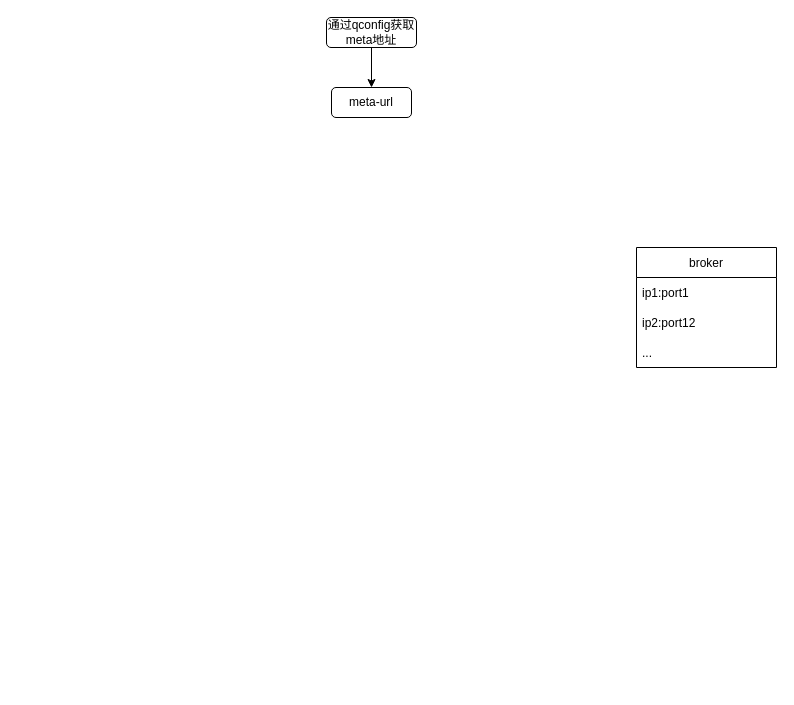
Above: Untitled Diagram.drawio in ariesly15/drawio (draw.io), before the change. Source tidied: cells renumbered, new cells numbered last; positions are measured from the earlier drawing's top-left corner, leaving out a move shared by most shapes. Both pictures are drawn from the tidied source at 100%, with x=0, y=0 at pixel (326, 17).
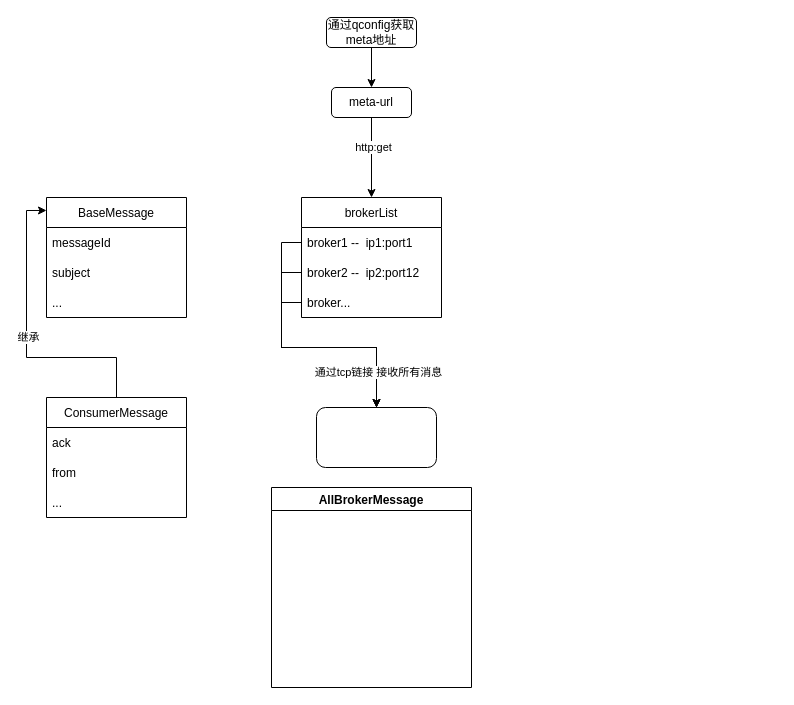
After the change.

Commit message (it also covers changes not shown here):
qmq_node

The change refers to these unchanged cells:
```xml
<mxCell id="6" value="meta-url" style="rounded=1;whiteSpace=wrap;html=1;" parent="1" vertex="1">
  <mxGeometry x="5" y="70" width="80" height="30" as="geometry" />
</mxCell>
```

The edit, as a diff of the source:
```diff
@@
-    <mxCell id="2" value="broker" style="swimlane;fontStyle=0;horizontal=1;startSize=30;" parent="1" vertex="1">
-      <mxGeometry x="310" y="230" width="140" height="120" as="geometry" />
+    <mxCell id="2" value="brokerList" style="swimlane;fontStyle=0;horizontal=1;startSize=30;" parent="1" vertex="1">
+      <mxGeometry x="-25" y="180" width="140" height="120" as="geometry" />
     </mxCell>
-    <mxCell id="3" value="ip1:port1" style="text;strokeColor=none;fillColor=none;align=left;verticalAlign=middle;spacingLeft=4;spacingRight=4;overflow=hidden;points=[[0,0.5],[1,0.5]];portConstraint=eastwest;" parent="2" vertex="1">
+    <mxCell id="3" value="broker1 --  ip1:port1" style="text;strokeColor=none;fillColor=none;align=left;verticalAlign=middle;spacingLeft=4;spacingRight=4;overflow=hidden;points=[[0,0.5],[1,0.5]];portConstraint=eastwest;" parent="2" vertex="1">
       <mxGeometry y="30" width="140" height="30" as="geometry" />
     </mxCell>
-    <mxCell id="4" value="ip2:port12" style="text;strokeColor=none;fillColor=none;align=left;verticalAlign=middle;spacingLeft=4;spacingRight=4;overflow=hidden;points=[[0,0.5],[1,0.5]];portConstraint=eastwest;" parent="2" vertex="1">
+    <mxCell id="4" value="broker2 --  ip2:port12" style="text;strokeColor=none;fillColor=none;align=left;verticalAlign=middle;spacingLeft=4;spacingRight=4;overflow=hidden;points=[[0,0.5],[1,0.5]];portConstraint=eastwest;" parent="2" vertex="1">
       <mxGeometry y="60" width="140" height="30" as="geometry" />
     </mxCell>
-    <mxCell id="5" value="..." style="text;strokeColor=none;fillColor=none;align=left;verticalAlign=middle;spacingLeft=4;spacingRight=4;overflow=hidden;points=[[0,0.5],[1,0.5]];portConstraint=eastwest;" parent="2" vertex="1">
+    <mxCell id="5" value="broker..." style="text;strokeColor=none;fillColor=none;align=left;verticalAlign=middle;spacingLeft=4;spacingRight=4;overflow=hidden;points=[[0,0.5],[1,0.5]];portConstraint=eastwest;" parent="2" vertex="1">
       <mxGeometry y="90" width="140" height="30" as="geometry" />
     </mxCell>
@@
+    <mxCell id="9" style="endArrow=classic;html=1;rounded=0;exitX=0.5;exitY=1;exitDx=0;exitDy=0;entryX=0.5;entryY=0;entryDx=0;entryDy=0;" parent="1" edge="1" source="6" target="2">
+      <mxGeometry relative="1" as="geometry" />
+    </mxCell>
+    <mxCell id="10" value="http:get" style="edgeLabel;html=1;align=center;verticalAlign=middle;" parent="9" vertex="1">
+      <mxGeometry x="-0.28" y="1" relative="1" as="geometry" />
+    </mxCell>
+    <mxCell id="11" value="BaseMessage" style="swimlane;fontStyle=0;horizontal=1;startSize=30;" parent="1" vertex="1">
+      <mxGeometry x="-280" y="180" width="140" height="120" as="geometry" />
+    </mxCell>
+    <mxCell id="12" value="messageId" style="text;strokeColor=none;fillColor=none;align=left;verticalAlign=middle;spacingLeft=4;spacingRight=4;overflow=hidden;" parent="11" vertex="1">
+      <mxGeometry y="30" width="140" height="30" as="geometry" />
+    </mxCell>
+    <mxCell id="13" value="subject" style="text;strokeColor=none;fillColor=none;align=left;verticalAlign=middle;spacingLeft=4;spacingRight=4;overflow=hidden;" parent="11" vertex="1">
+      <mxGeometry y="60" width="140" height="30" as="geometry" />
+    </mxCell>
+    <mxCell id="14" value="..." style="text;strokeColor=none;fillColor=none;align=left;verticalAlign=middle;spacingLeft=4;spacingRight=4;overflow=hidden;" parent="11" vertex="1">
+      <mxGeometry y="90" width="140" height="30" as="geometry" />
+    </mxCell>
+    <mxCell id="15" style="edgeStyle=orthogonalEdgeStyle;rounded=0;jettySize=auto;html=1;exitX=0.5;exitY=0;exitDx=0;exitDy=0;entryX=0;entryY=0.108;entryDx=0;entryDy=0;entryPerimeter=0;" parent="1" edge="1" source="17" target="11">
+      <mxGeometry relative="1" as="geometry" />
+    </mxCell>
+    <mxCell id="16" value="继承" style="edgeLabel;html=1;align=center;verticalAlign=middle;" parent="15" vertex="1">
+      <mxGeometry x="0.02" y="-1" relative="1" as="geometry" />
+    </mxCell>
+    <mxCell id="17" value="ConsumerMessage" style="swimlane;fontStyle=0;horizontal=1;startSize=30;" parent="1" vertex="1">
+      <mxGeometry x="-280" y="380" width="140" height="120" as="geometry" />
+    </mxCell>
+    <mxCell id="18" value="ack" style="text;strokeColor=none;fillColor=none;align=left;verticalAlign=middle;spacingLeft=4;spacingRight=4;overflow=hidden;" parent="17" vertex="1">
+      <mxGeometry y="30" width="140" height="30" as="geometry" />
+    </mxCell>
+    <mxCell id="19" value="from" style="text;strokeColor=none;fillColor=none;align=left;verticalAlign=middle;spacingLeft=4;spacingRight=4;overflow=hidden;" parent="17" vertex="1">
+      <mxGeometry y="60" width="140" height="30" as="geometry" />
+    </mxCell>
+    <mxCell id="20" value="..." style="text;strokeColor=none;fillColor=none;align=left;verticalAlign=middle;spacingLeft=4;spacingRight=4;overflow=hidden;" parent="17" vertex="1">
+      <mxGeometry y="90" width="140" height="30" as="geometry" />
+    </mxCell>
+    <mxCell id="21" value="AllBrokerMessage" style="swimlane;" parent="1" vertex="1">
+      <mxGeometry x="-55" y="470" width="200" height="200" as="geometry" />
+    </mxCell>
+    <mxCell id="22" style="rounded=1;whiteSpace=wrap;html=1;" parent="1" vertex="1">
+      <mxGeometry x="-10" y="390" width="120" height="60" as="geometry" />
+    </mxCell>
+    <mxCell id="23" style="edgeStyle=orthogonalEdgeStyle;rounded=0;jettySize=auto;html=1;exitX=0;exitY=0.5;exitDx=0;exitDy=0;" parent="1" edge="1" source="5" target="22">
+      <mxGeometry relative="1" as="geometry">
+        <Array as="points">
+          <mxPoint x="-45" y="285" />
+          <mxPoint x="-45" y="330" />
+          <mxPoint x="50" y="330" />
+        </Array>
+      </mxGeometry>
+    </mxCell>
+    <mxCell id="24" style="edgeStyle=orthogonalEdgeStyle;rounded=0;jettySize=auto;html=1;exitX=0;exitY=0.5;exitDx=0;exitDy=0;entryX=0.5;entryY=0;entryDx=0;entryDy=0;" parent="1" edge="1" source="4" target="22">
+      <mxGeometry relative="1" as="geometry" />
+    </mxCell>
+    <mxCell id="25" style="edgeStyle=orthogonalEdgeStyle;rounded=0;jettySize=auto;html=1;exitX=0;exitY=0.5;exitDx=0;exitDy=0;" parent="1" edge="1" source="3">
+      <mxGeometry relative="1" as="geometry">
+        <mxPoint x="50" y="390" as="targetPoint" />
+        <Array as="points">
+          <mxPoint x="-45" y="225" />
+          <mxPoint x="-45" y="330" />
+          <mxPoint x="50" y="330" />
+        </Array>
+      </mxGeometry>
+    </mxCell>
+    <mxCell id="26" value="通过tcp链接 接收所有消息" style="edgeLabel;html=1;align=center;verticalAlign=middle;" parent="25" vertex="1">
+      <mxGeometry x="0.74" y="1" relative="1" as="geometry" />
+    </mxCell>
```
